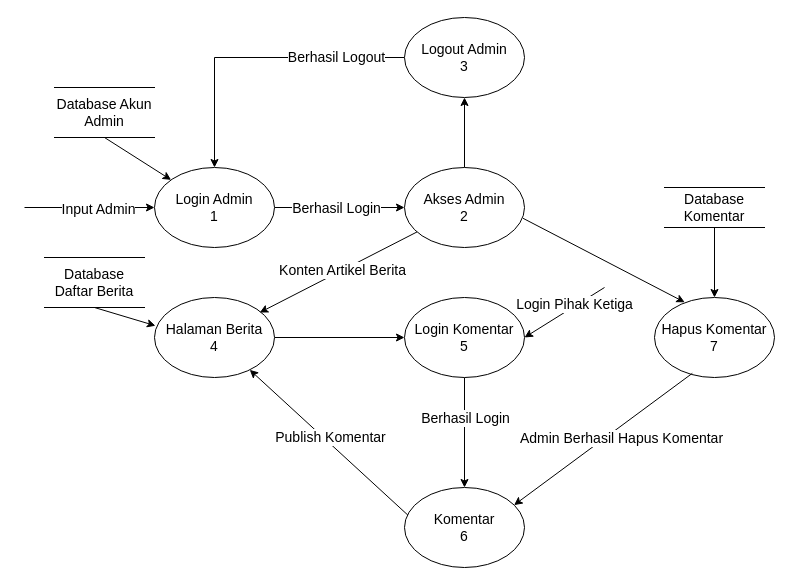
Above: page "Page-1" (1 of 7) of Exercise.drawio in MFaisal00359/Kamu-nanyeaa (draw.io), before the change. Source tidied: cells renumbered, new cells numbered last; positions are measured from the earlier drawing's top-left corner, leaving out a move shared by most shapes. Both pictures are drawn from the tidied source at 100%, with x=0, y=0 at pixel (24, 17).
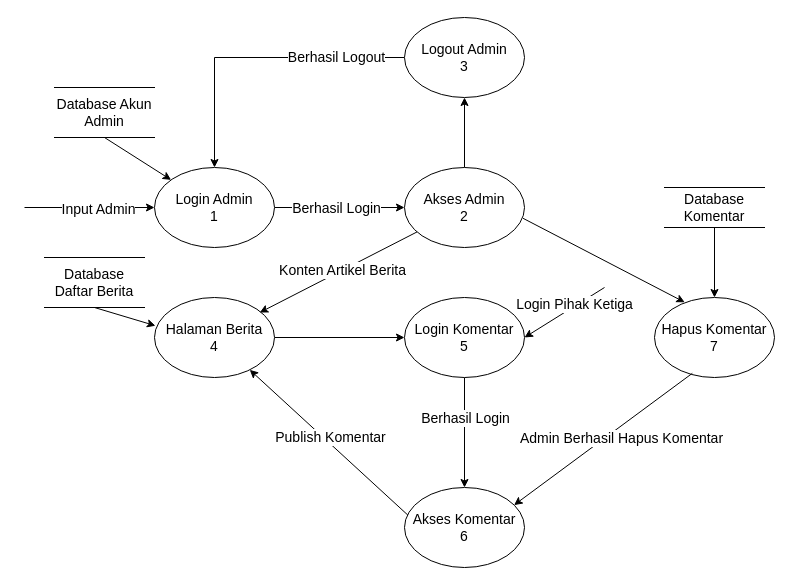
The same diagram, later.

What changed in the source:
```diff
@@
-    <mxCell id="14" value="Komentar&lt;br style=&quot;font-size: 14px;&quot;&gt;6" style="ellipse;whiteSpace=wrap;html=1;fontSize=14;" parent="1" vertex="1">
+    <mxCell id="14" value="Akses Komentar&lt;br style=&quot;font-size: 14px;&quot;&gt;6" style="ellipse;whiteSpace=wrap;html=1;fontSize=14;" parent="1" vertex="1">
       <mxGeometry x="380" y="470" width="120" height="80" as="geometry" />
     </mxCell>
```
